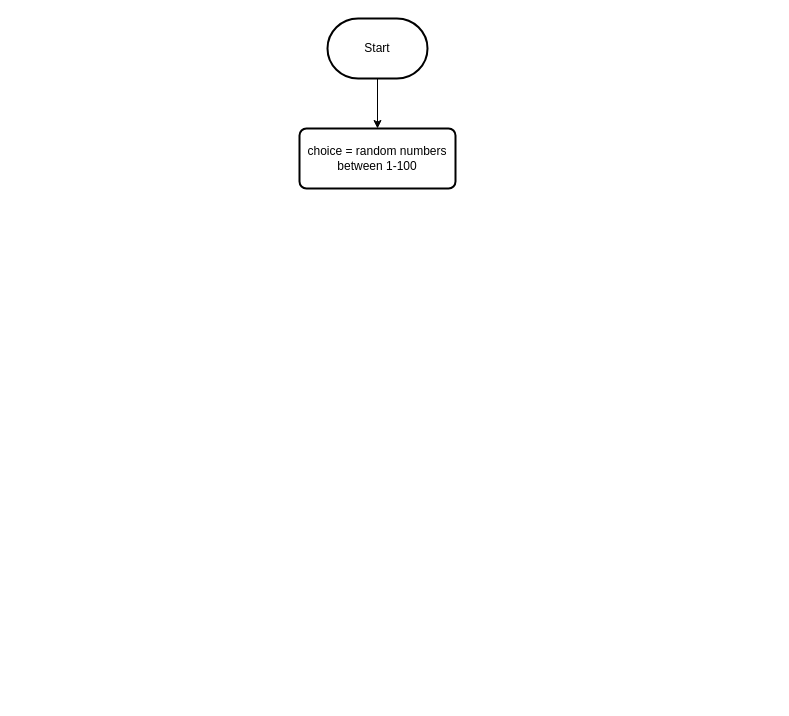
Earlier version of the draw.io diagram 67070502489_guess_game.drawio (WA1ZKINGTH/Kmutt). Source tidied: cells renumbered, new cells numbered last; positions are measured from the earlier drawing's top-left corner, leaving out a move shared by most shapes. Both pictures are drawn from the tidied source at 100%, with x=0, y=0 at pixel (299, 18).
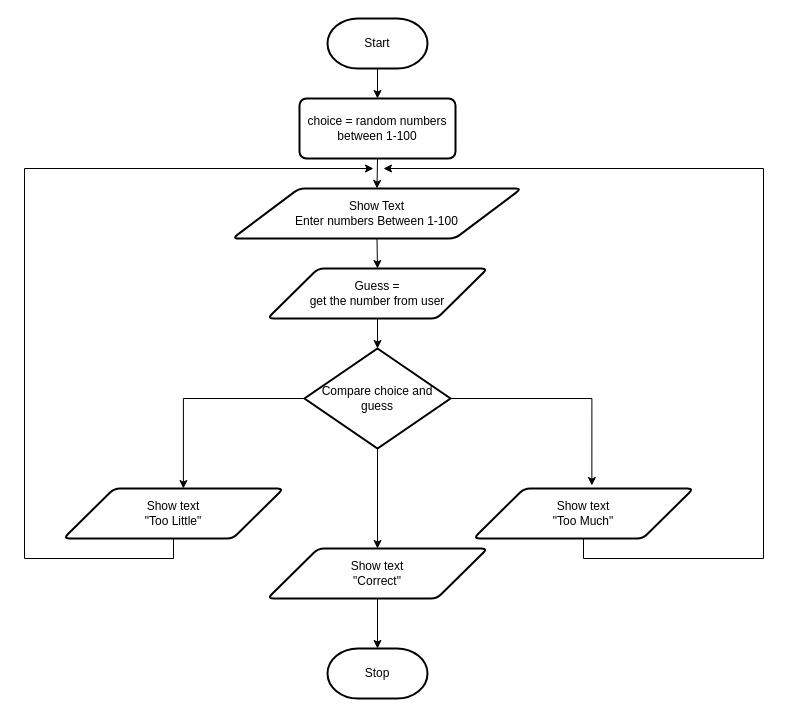
The same page after the edit.

What changed in the source:
```diff
@@
     <mxCell id="3" value="Start" style="strokeWidth=2;html=1;shape=mxgraph.flowchart.terminator;whiteSpace=wrap;" parent="1" vertex="1">
-      <mxGeometry x="28" width="100" height="60" as="geometry" />
+      <mxGeometry x="28" width="100" height="50" as="geometry" />
     </mxCell>
+    <mxCell id="5" style="edgeStyle=orthogonalEdgeStyle;rounded=0;jettySize=auto;html=1;exitX=0.5;exitY=1;exitDx=0;exitDy=0;entryX=0.5;entryY=0;entryDx=0;entryDy=0;" parent="1" edge="1" source="4" target="7">
+      <mxGeometry relative="1" as="geometry" />
+    </mxCell>
     <mxCell id="4" value="choice = random numbers between 1-100" style="rounded=1;whiteSpace=wrap;html=1;absoluteArcSize=1;arcSize=14;strokeWidth=2;" parent="1" vertex="1">
-      <mxGeometry y="110" width="156" height="60" as="geometry" />
+      <mxGeometry y="80" width="156" height="60" as="geometry" />
     </mxCell>
+    <mxCell id="6" style="edgeStyle=orthogonalEdgeStyle;rounded=0;jettySize=auto;html=1;exitX=0.5;exitY=1;exitDx=0;exitDy=0;entryX=0.5;entryY=0;entryDx=0;entryDy=0;" parent="1" edge="1" source="7" target="8">
+      <mxGeometry relative="1" as="geometry" />
+    </mxCell>
+    <mxCell id="7" value="Show Text&lt;br&gt;Enter numbers Between 1-100" style="shape=parallelogram;html=1;strokeWidth=2;perimeter=parallelogramPerimeter;whiteSpace=wrap;rounded=1;arcSize=12;size=0.23;" parent="1" vertex="1">
+      <mxGeometry x="-67" y="170" width="289" height="50" as="geometry" />
+    </mxCell>
+    <mxCell id="8" value="Guess =&lt;div&gt;get the number from user&lt;/div&gt;" style="shape=parallelogram;html=1;strokeWidth=2;perimeter=parallelogramPerimeter;whiteSpace=wrap;rounded=1;arcSize=12;size=0.23;" parent="1" vertex="1">
+      <mxGeometry x="-32" y="250" width="220" height="50" as="geometry" />
+    </mxCell>
+    <mxCell id="9" style="edgeStyle=orthogonalEdgeStyle;rounded=0;jettySize=auto;html=1;exitX=0.5;exitY=1;exitDx=0;exitDy=0;exitPerimeter=0;entryX=0.5;entryY=0;entryDx=0;entryDy=0;" parent="1" edge="1" source="10" target="18">
+      <mxGeometry relative="1" as="geometry" />
+    </mxCell>
+    <mxCell id="10" value="Compare choice and guess" style="strokeWidth=2;html=1;shape=mxgraph.flowchart.decision;whiteSpace=wrap;" parent="1" vertex="1">
+      <mxGeometry x="5" y="330" width="146" height="100" as="geometry" />
+    </mxCell>
+    <mxCell id="11" style="edgeStyle=orthogonalEdgeStyle;rounded=0;jettySize=auto;html=1;exitX=0.5;exitY=1;exitDx=0;exitDy=0;entryX=0.5;entryY=0;entryDx=0;entryDy=0;entryPerimeter=0;" parent="1" edge="1" source="8" target="10">
+      <mxGeometry relative="1" as="geometry" />
+    </mxCell>
+    <mxCell id="12" style="edgeStyle=orthogonalEdgeStyle;rounded=0;jettySize=auto;html=1;exitX=0.5;exitY=1;exitDx=0;exitDy=0;" parent="1" edge="1" source="13">
+      <mxGeometry relative="1" as="geometry">
+        <mxPoint x="74" y="150" as="targetPoint" />
+        <Array as="points">
+          <mxPoint x="-126" y="540" />
+          <mxPoint x="-275" y="540" />
+          <mxPoint x="-275" y="150" />
+        </Array>
+      </mxGeometry>
+    </mxCell>
+    <mxCell id="13" value="Show text&lt;br&gt;&quot;Too Little&quot;" style="shape=parallelogram;html=1;strokeWidth=2;perimeter=parallelogramPerimeter;whiteSpace=wrap;rounded=1;arcSize=12;size=0.23;" parent="1" vertex="1">
+      <mxGeometry x="-236" y="470" width="220" height="50" as="geometry" />
+    </mxCell>
+    <mxCell id="14" style="edgeStyle=orthogonalEdgeStyle;rounded=0;jettySize=auto;html=1;exitX=0.5;exitY=1;exitDx=0;exitDy=0;" parent="1" edge="1" source="15">
+      <mxGeometry relative="1" as="geometry">
+        <mxPoint x="84" y="150" as="targetPoint" />
+        <Array as="points">
+          <mxPoint x="284" y="540" />
+          <mxPoint x="464" y="540" />
+          <mxPoint x="464" y="150" />
+        </Array>
+      </mxGeometry>
+    </mxCell>
+    <mxCell id="15" value="Show text&lt;div&gt;&quot;Too Much&quot;&lt;/div&gt;" style="shape=parallelogram;html=1;strokeWidth=2;perimeter=parallelogramPerimeter;whiteSpace=wrap;rounded=1;arcSize=12;size=0.23;" parent="1" vertex="1">
+      <mxGeometry x="174" y="470" width="220" height="50" as="geometry" />
+    </mxCell>
+    <mxCell id="16" style="edgeStyle=orthogonalEdgeStyle;rounded=0;jettySize=auto;html=1;exitX=1;exitY=0.5;exitDx=0;exitDy=0;exitPerimeter=0;entryX=0.538;entryY=-0.06;entryDx=0;entryDy=0;entryPerimeter=0;" parent="1" edge="1" source="10" target="15">
+      <mxGeometry relative="1" as="geometry" />
+    </mxCell>
+    <mxCell id="17" style="edgeStyle=orthogonalEdgeStyle;rounded=0;jettySize=auto;html=1;exitX=0;exitY=0.5;exitDx=0;exitDy=0;exitPerimeter=0;entryX=0.545;entryY=0;entryDx=0;entryDy=0;entryPerimeter=0;" parent="1" edge="1" source="10" target="13">
+      <mxGeometry relative="1" as="geometry" />
+    </mxCell>
+    <mxCell id="18" value="Show text&lt;br&gt;&quot;Correct&quot;" style="shape=parallelogram;html=1;strokeWidth=2;perimeter=parallelogramPerimeter;whiteSpace=wrap;rounded=1;arcSize=12;size=0.23;" parent="1" vertex="1">
+      <mxGeometry x="-32" y="530" width="220" height="50" as="geometry" />
+    </mxCell>
+    <mxCell id="19" value="Stop" style="strokeWidth=2;html=1;shape=mxgraph.flowchart.terminator;whiteSpace=wrap;" parent="1" vertex="1">
+      <mxGeometry x="28" y="630" width="100" height="50" as="geometry" />
+    </mxCell>
+    <mxCell id="20" style="edgeStyle=orthogonalEdgeStyle;rounded=0;jettySize=auto;html=1;exitX=0.5;exitY=1;exitDx=0;exitDy=0;entryX=0.5;entryY=0;entryDx=0;entryDy=0;entryPerimeter=0;" parent="1" edge="1" source="18" target="19">
+      <mxGeometry relative="1" as="geometry" />
+    </mxCell>
```
